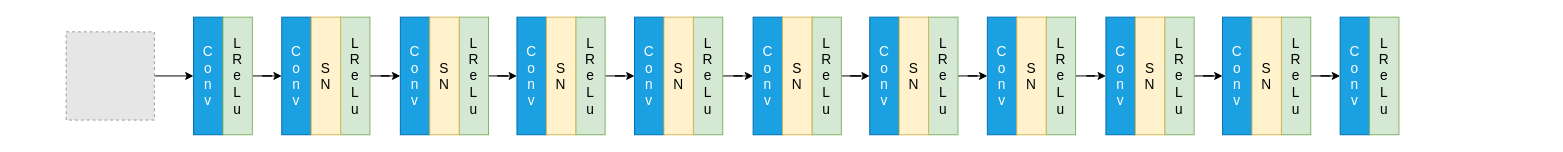
Earlier version of the draw.io diagram Unet-discriminator.drawio (zhaoyangkun/draw.io). Source tidied: cells renumbered, new cells numbered last; positions are measured from the earlier drawing's top-left corner, leaving out a move shared by most shapes. Both pictures are drawn from the tidied source at 98%, with x=0, y=0 at pixel (66, 17). Pictures stored in the file or linked from it are replaced by grey dashed boxes.
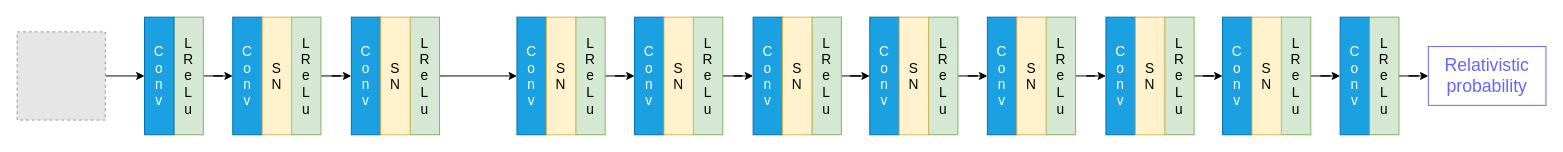
The same diagram, later.

The change refers to these unchanged cells:
```xml
<mxCell id="15" value="C&lt;br style=&quot;font-size: 14px;&quot;&gt;o&lt;br style=&quot;font-size: 14px;&quot;&gt;n&lt;br style=&quot;font-size: 14px;&quot;&gt;v" style="rounded=0;whiteSpace=wrap;html=1;fillColor=#1ba1e2;fontColor=#ffffff;strokeColor=#006EAF;fontSize=14;" parent="1" vertex="1">
  <mxGeometry x="460" width="30" height="120" as="geometry" />
</mxCell>
<mxCell id="44" value="L&lt;br&gt;R&lt;br&gt;e&lt;br&gt;L&lt;br&gt;u" style="rounded=0;whiteSpace=wrap;html=1;fillColor=#d5e8d4;strokeColor=#82b366;fontSize=14;" parent="1" vertex="1">
  <mxGeometry x="1330" width="30" height="120" as="geometry" />
</mxCell>
```

Change to the diagram source:
```diff
@@
-    <mxCell id="2" style="edgeStyle=orthogonalEdgeStyle;rounded=0;jettySize=auto;html=1;entryX=0;entryY=0.5;entryDx=0;entryDy=0;fontColor=#FFFFFF;" parent="1" edge="1" source="3" target="4">
+    <mxCell id="2" style="edgeStyle=orthogonalEdgeStyle;rounded=0;jettySize=auto;html=1;entryX=0;entryY=0.5;entryDx=0;entryDy=0;fontSize=18;fontColor=#6666FF;" parent="1" edge="1" source="3" target="4">
       <mxGeometry relative="1" as="geometry" />
     </mxCell>
     <mxCell id="3" style="fillColor=#E6E6E6;strokeColor=#999999;dashed=1;verticalLabelPosition=bottom;labelBackgroundColor=default;verticalAlign=top;" parent="1" vertex="1">
-      <mxGeometry y="15" width="90" height="90" as="geometry" />
+      <mxGeometry x="-50" y="15" width="90" height="90" as="geometry" />
     </mxCell>
-    <mxCell id="4" value="C&lt;br style=&quot;font-size: 14px;&quot;&gt;o&lt;br style=&quot;font-size: 14px;&quot;&gt;n&lt;br style=&quot;font-size: 14px;&quot;&gt;v" style="rounded=0;whiteSpace=wrap;html=1;fillColor=#1ba1e2;fontColor=#ffffff;strokeColor=#006EAF;fontSize=14;" parent="1" vertex="1">
-      <mxGeometry x="130" width="30" height="120" as="geometry" />
-    </mxCell>
@@
     <mxCell id="6" value="L&lt;br&gt;R&lt;br&gt;e&lt;br&gt;L&lt;br&gt;u" style="rounded=0;whiteSpace=wrap;html=1;fillColor=#d5e8d4;strokeColor=#82b366;fontSize=14;" parent="1" vertex="1">
-      <mxGeometry x="160" width="30" height="120" as="geometry" />
+      <mxGeometry x="110" width="30" height="120" as="geometry" />
     </mxCell>
     <mxCell id="7" value="C&lt;br style=&quot;font-size: 14px;&quot;&gt;o&lt;br style=&quot;font-size: 14px;&quot;&gt;n&lt;br style=&quot;font-size: 14px;&quot;&gt;v" style="rounded=0;whiteSpace=wrap;html=1;fillColor=#1ba1e2;fontColor=#ffffff;strokeColor=#006EAF;fontSize=14;" parent="1" vertex="1">
-      <mxGeometry x="220" width="30" height="120" as="geometry" />
+      <mxGeometry x="170" width="30" height="120" as="geometry" />
     </mxCell>
@@
     <mxCell id="9" value="L&lt;br&gt;R&lt;br&gt;e&lt;br&gt;L&lt;br&gt;u" style="rounded=0;whiteSpace=wrap;html=1;fillColor=#d5e8d4;strokeColor=#82b366;fontSize=14;" parent="1" vertex="1">
-      <mxGeometry x="280" width="30" height="120" as="geometry" />
+      <mxGeometry x="230" width="30" height="120" as="geometry" />
     </mxCell>
     <mxCell id="10" value="S&lt;br&gt;N" style="rounded=0;whiteSpace=wrap;html=1;fillColor=#fff2cc;strokeColor=#d6b656;fontSize=14;" parent="1" vertex="1">
-      <mxGeometry x="250" width="30" height="120" as="geometry" />
+      <mxGeometry x="200" width="30" height="120" as="geometry" />
     </mxCell>
     <mxCell id="11" value="C&lt;br style=&quot;font-size: 14px;&quot;&gt;o&lt;br style=&quot;font-size: 14px;&quot;&gt;n&lt;br style=&quot;font-size: 14px;&quot;&gt;v" style="rounded=0;whiteSpace=wrap;html=1;fillColor=#1ba1e2;fontColor=#ffffff;strokeColor=#006EAF;fontSize=14;" parent="1" vertex="1">
-      <mxGeometry x="341" width="30" height="120" as="geometry" />
+      <mxGeometry x="291" width="30" height="120" as="geometry" />
     </mxCell>
-    <mxCell id="12" style="edgeStyle=orthogonalEdgeStyle;rounded=0;jettySize=auto;html=1;entryX=0;entryY=0.5;entryDx=0;entryDy=0;fontColor=#FFFFFF;" parent="1" edge="1" source="13" target="15">
+    <mxCell id="12" style="edgeStyle=orthogonalEdgeStyle;rounded=0;jettySize=auto;html=1;entryX=0;entryY=0.5;entryDx=0;entryDy=0;fontSize=18;fontColor=#6666FF;" parent="1" edge="1" source="13" target="15">
       <mxGeometry relative="1" as="geometry" />
     </mxCell>
     <mxCell id="13" value="L&lt;br&gt;R&lt;br&gt;e&lt;br&gt;L&lt;br&gt;u" style="rounded=0;whiteSpace=wrap;html=1;fillColor=#d5e8d4;strokeColor=#82b366;fontSize=14;" parent="1" vertex="1">
-      <mxGeometry x="401" width="30" height="120" as="geometry" />
+      <mxGeometry x="351" width="30" height="120" as="geometry" />
     </mxCell>
     <mxCell id="14" value="S&lt;br&gt;N" style="rounded=0;whiteSpace=wrap;html=1;fillColor=#fff2cc;strokeColor=#d6b656;fontSize=14;" parent="1" vertex="1">
-      <mxGeometry x="371" width="30" height="120" as="geometry" />
+      <mxGeometry x="321" width="30" height="120" as="geometry" />
     </mxCell>
@@
+    <mxCell id="45" style="edgeStyle=orthogonalEdgeStyle;rounded=0;jettySize=auto;html=1;fontSize=18;fontColor=#6666FF;" parent="1" edge="1" source="44" target="46">
+      <mxGeometry relative="1" as="geometry" />
+    </mxCell>
@@
+    <mxCell id="46" value="&lt;font color=&quot;#6666ff&quot; style=&quot;&quot;&gt;&lt;span style=&quot;font-size: 18px;&quot;&gt;Relativistic&lt;br&gt;&amp;nbsp;probability&amp;nbsp;&lt;/span&gt;&lt;/font&gt;" style="text;html=1;strokeColor=#6666FF;fillColor=none;align=center;verticalAlign=middle;whiteSpace=wrap;rounded=0;fontColor=#FFFFFF;" parent="1" vertex="1">
+      <mxGeometry x="1390" y="30" width="120" height="60" as="geometry" />
+    </mxCell>
+    <mxCell id="4" value="C&lt;br style=&quot;font-size: 14px;&quot;&gt;o&lt;br style=&quot;font-size: 14px;&quot;&gt;n&lt;br style=&quot;font-size: 14px;&quot;&gt;v" style="rounded=0;whiteSpace=wrap;html=1;fillColor=#1ba1e2;fontColor=#ffffff;strokeColor=#006EAF;fontSize=14;" parent="1" vertex="1">
+      <mxGeometry x="80" width="30" height="120" as="geometry" />
+    </mxCell>
```
